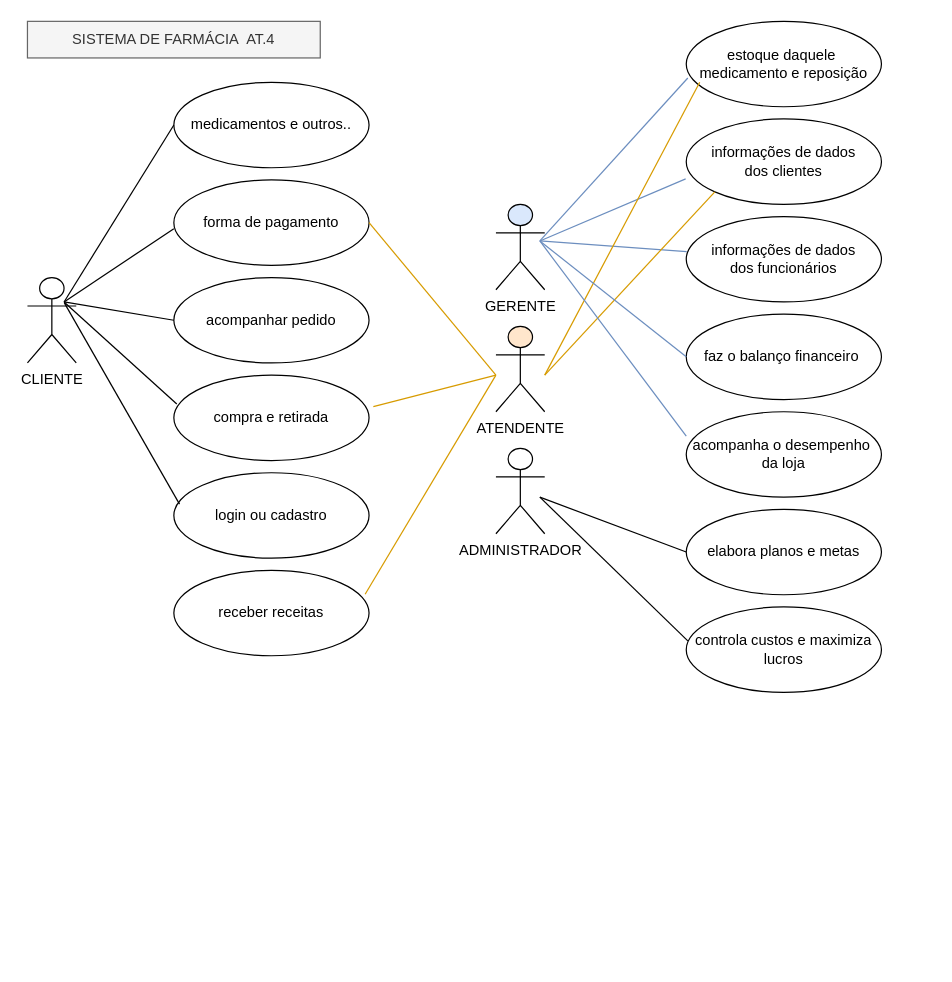
The draw.io diagram page "at.4 SDF" (7 of 8) of Diagrama sem nome.drawio in iisabelleandrade/diagramasderequisitos, before the edit. Source tidied: cells renumbered, new cells numbered last; positions are measured from the earlier drawing's top-left corner, leaving out a move shared by most shapes. Both pictures are drawn from the tidied source at 122%, with x=0, y=0 at pixel (27, 21).
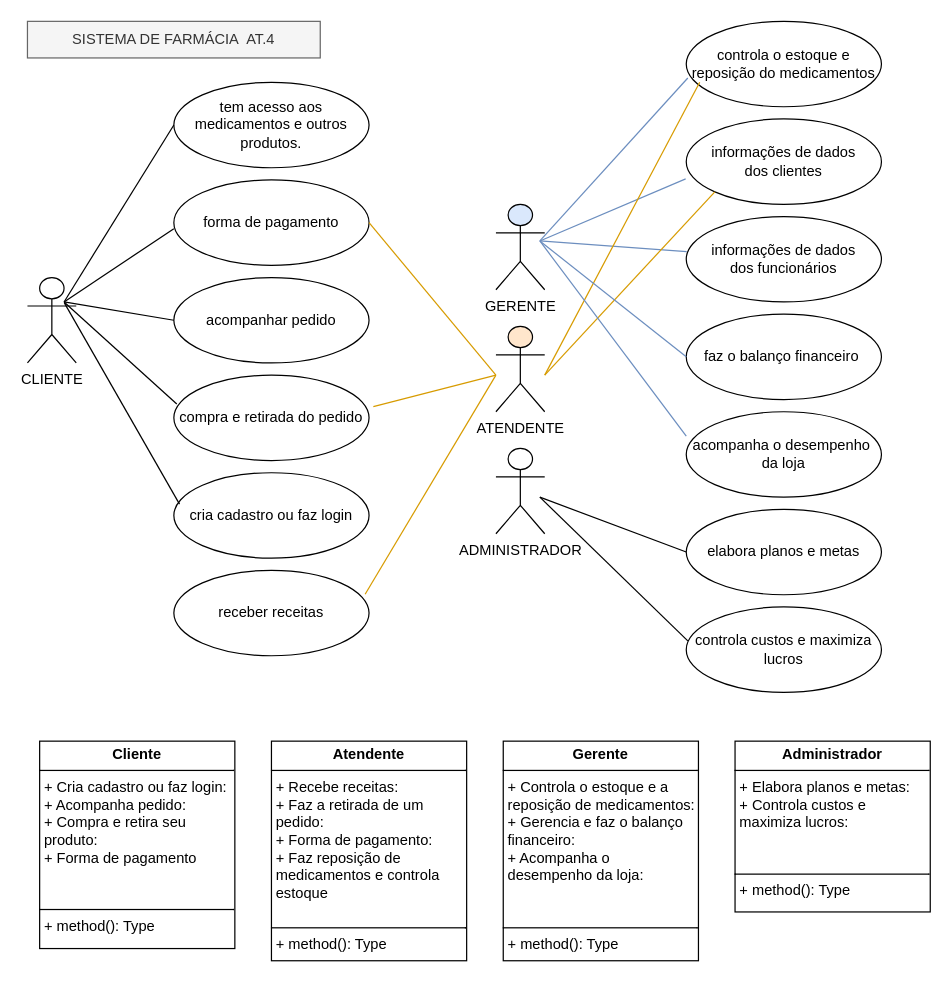
Above is the later version.

What changed in the source:
```diff
@@
-    <mxCell id="6" value="medicamentos e outros.." style="ellipse;whiteSpace=wrap;html=1;" parent="1" vertex="1">
+    <mxCell id="6" value="tem acesso aos medicamentos e outros produtos." style="ellipse;whiteSpace=wrap;html=1;" parent="1" vertex="1">
       <mxGeometry x="120" y="50" width="160" height="70" as="geometry" />
     </mxCell>
@@
-    <mxCell id="8" value="estoque daquele&amp;nbsp;&lt;div&gt;medicamento e reposição&lt;/div&gt;" style="ellipse;whiteSpace=wrap;html=1;" parent="1" vertex="1">
+    <mxCell id="8" value="controla o estoque e reposição do medicamentos" style="ellipse;whiteSpace=wrap;html=1;" parent="1" vertex="1">
       <mxGeometry x="540" width="160" height="70" as="geometry" />
     </mxCell>
@@
-    <mxCell id="10" value="compra e retirada" style="ellipse;whiteSpace=wrap;html=1;" parent="1" vertex="1">
+    <mxCell id="10" value="compra e retirada do pedido" style="ellipse;whiteSpace=wrap;html=1;" parent="1" vertex="1">
       <mxGeometry x="120" y="290" width="160" height="70" as="geometry" />
     </mxCell>
@@
-    <mxCell id="14" value="login ou cadastro" style="ellipse;whiteSpace=wrap;html=1;" parent="1" vertex="1">
+    <mxCell id="14" value="cria cadastro ou faz login" style="ellipse;whiteSpace=wrap;html=1;" parent="1" vertex="1">
       <mxGeometry x="120" y="370" width="160" height="70" as="geometry" />
     </mxCell>
@@
+    <mxCell id="37" value="&lt;p style=&quot;margin:0px;margin-top:4px;text-align:center;&quot;&gt;&lt;b&gt;Cliente&lt;/b&gt;&lt;/p&gt;&lt;hr size=&quot;1&quot; style=&quot;border-style:solid;&quot;&gt;&lt;p style=&quot;margin:0px;margin-left:4px;&quot;&gt;+ Cria cadastro ou faz login:&amp;nbsp;&lt;/p&gt;&lt;p style=&quot;margin:0px;margin-left:4px;&quot;&gt;+ Acompanha pedido:&lt;/p&gt;&lt;p style=&quot;margin:0px;margin-left:4px;&quot;&gt;+ Compra e retira seu produto:&lt;/p&gt;&lt;p style=&quot;margin:0px;margin-left:4px;&quot;&gt;+ Forma de pagamento&lt;/p&gt;&lt;p style=&quot;margin:0px;margin-left:4px;&quot;&gt;&lt;br&gt;&lt;/p&gt;&lt;p style=&quot;margin:0px;margin-left:4px;&quot;&gt;&lt;br&gt;&lt;/p&gt;&lt;hr size=&quot;1&quot; style=&quot;border-style:solid;&quot;&gt;&lt;p style=&quot;margin:0px;margin-left:4px;&quot;&gt;+ method(): Type&lt;/p&gt;" style="verticalAlign=top;align=left;overflow=fill;html=1;whiteSpace=wrap;" parent="1" vertex="1">
+      <mxGeometry x="10" y="590" width="160" height="170" as="geometry" />
+    </mxCell>
+    <mxCell id="38" value="&lt;p style=&quot;margin:0px;margin-top:4px;text-align:center;&quot;&gt;&lt;b&gt;Atendente&lt;/b&gt;&lt;/p&gt;&lt;hr size=&quot;1&quot; style=&quot;border-style:solid;&quot;&gt;&lt;p style=&quot;margin:0px;margin-left:4px;&quot;&gt;+ Recebe receitas:&lt;/p&gt;&lt;p style=&quot;margin:0px;margin-left:4px;&quot;&gt;+ Faz a retirada de um pedido:&lt;/p&gt;&lt;p style=&quot;margin:0px;margin-left:4px;&quot;&gt;+ Forma de pagamento:&lt;/p&gt;&lt;p style=&quot;margin:0px;margin-left:4px;&quot;&gt;+ Faz reposição de medicamentos e controla estoque&lt;/p&gt;&lt;p style=&quot;margin:0px;margin-left:4px;&quot;&gt;&lt;br&gt;&lt;/p&gt;&lt;hr size=&quot;1&quot; style=&quot;border-style:solid;&quot;&gt;&lt;p style=&quot;margin:0px;margin-left:4px;&quot;&gt;+ method(): Type&lt;/p&gt;" style="verticalAlign=top;align=left;overflow=fill;html=1;whiteSpace=wrap;" parent="1" vertex="1">
+      <mxGeometry x="200" y="590" width="160" height="180" as="geometry" />
+    </mxCell>
+    <mxCell id="39" value="&lt;p style=&quot;margin:0px;margin-top:4px;text-align:center;&quot;&gt;&lt;b&gt;Gerente&lt;/b&gt;&lt;/p&gt;&lt;hr size=&quot;1&quot; style=&quot;border-style:solid;&quot;&gt;&lt;p style=&quot;margin:0px;margin-left:4px;&quot;&gt;+ Controla o estoque e a reposição de medicamentos:&lt;/p&gt;&lt;p style=&quot;margin:0px;margin-left:4px;&quot;&gt;+ Gerencia e faz o balanço financeiro:&lt;/p&gt;&lt;p style=&quot;margin:0px;margin-left:4px;&quot;&gt;+ Acompanha o desempenho da loja:&amp;nbsp;&lt;/p&gt;&lt;p style=&quot;margin:0px;margin-left:4px;&quot;&gt;&lt;br&gt;&lt;/p&gt;&lt;p style=&quot;margin:0px;margin-left:4px;&quot;&gt;&lt;br&gt;&lt;/p&gt;&lt;hr size=&quot;1&quot; style=&quot;border-style:solid;&quot;&gt;&lt;p style=&quot;margin:0px;margin-left:4px;&quot;&gt;+ method(): Type&lt;/p&gt;" style="verticalAlign=top;align=left;overflow=fill;html=1;whiteSpace=wrap;" parent="1" vertex="1">
+      <mxGeometry x="390" y="590" width="160" height="180" as="geometry" />
+    </mxCell>
+    <mxCell id="40" value="&lt;p style=&quot;margin:0px;margin-top:4px;text-align:center;&quot;&gt;&lt;b&gt;Administrador&lt;/b&gt;&lt;/p&gt;&lt;hr size=&quot;1&quot; style=&quot;border-style:solid;&quot;&gt;&lt;p style=&quot;margin:0px;margin-left:4px;&quot;&gt;+ Elabora planos e metas:&lt;/p&gt;&lt;p style=&quot;margin:0px;margin-left:4px;&quot;&gt;+ Controla custos e maximiza lucros:&lt;/p&gt;&lt;p style=&quot;margin:0px;margin-left:4px;&quot;&gt;&lt;br&gt;&lt;/p&gt;&lt;p style=&quot;margin:0px;margin-left:4px;&quot;&gt;&lt;br&gt;&lt;/p&gt;&lt;hr size=&quot;1&quot; style=&quot;border-style:solid;&quot;&gt;&lt;p style=&quot;margin:0px;margin-left:4px;&quot;&gt;+ method(): Type&lt;/p&gt;" style="verticalAlign=top;align=left;overflow=fill;html=1;whiteSpace=wrap;" parent="1" vertex="1">
+      <mxGeometry x="580" y="590" width="160" height="140" as="geometry" />
+    </mxCell>
```
